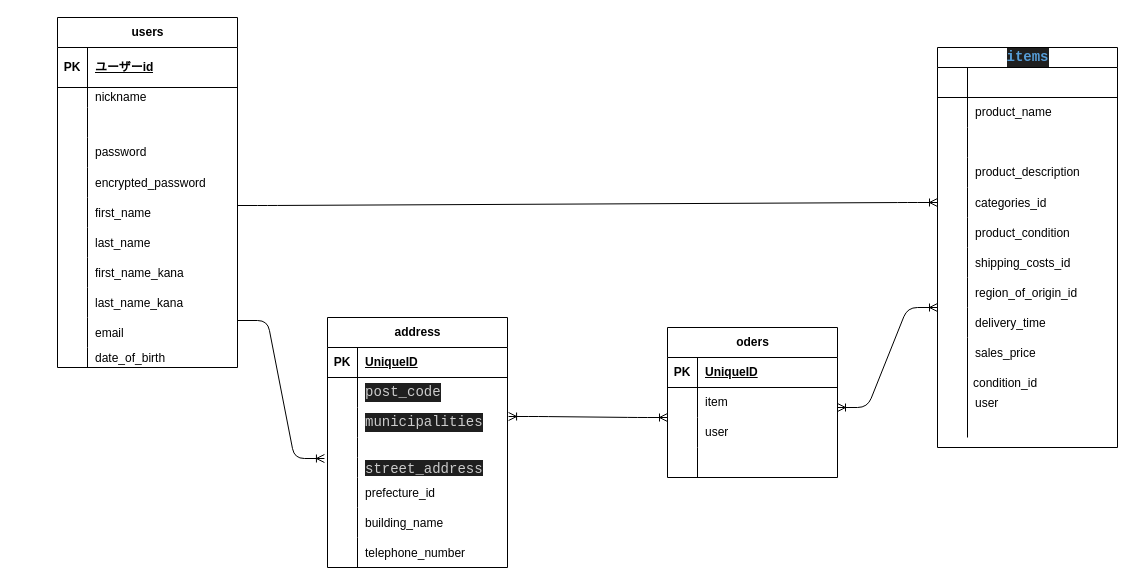
This is ERB.dio from kueitosu401/furima-41964, a draw.io file, before an edit. Source tidied: cells renumbered, new cells numbered last; positions are measured from the earlier drawing's top-left corner, leaving out a move shared by most shapes. Both pictures are drawn from the tidied source at 100%, with x=0, y=0 at pixel (17, 17).
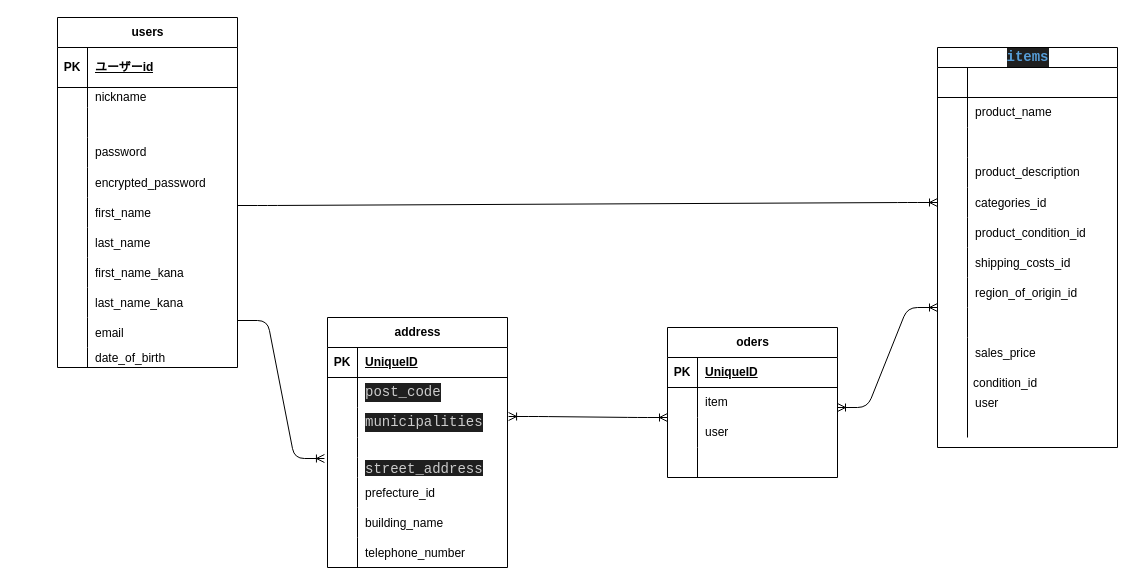
Above is the later version.

The change refers to these unchanged cells:
```xml
<mxCell id="56" style="shape=tableRow;horizontal=0;startSize=0;swimlaneHead=0;swimlaneBody=0;fillColor=none;top=0;left=0;right=0;bottom=0;" parent="40" vertex="1">
  <mxGeometry y="170" width="180" height="30" as="geometry" />
</mxCell>
<mxCell id="65" style="shape=tableRow;horizontal=0;startSize=0;swimlaneHead=0;swimlaneBody=0;fillColor=none;top=0;left=0;right=0;bottom=0;" parent="40" vertex="1">
  <mxGeometry y="260" width="180" height="30" as="geometry" />
</mxCell>
```

Diff of the diagram source:
```diff
@@
-    <mxCell id="58" value="product_condition" style="shape=partialRectangle;fillColor=none;top=0;left=0;bottom=0;right=0;align=left;spacingLeft=6;overflow=hidden;" parent="56" vertex="1">
+    <mxCell id="58" value="product_condition_id" style="shape=partialRectangle;fillColor=none;top=0;left=0;bottom=0;right=0;align=left;spacingLeft=6;overflow=hidden;" parent="56" vertex="1">
       <mxGeometry x="30" width="150" height="30" as="geometry" />
     </mxCell>
@@
-    <mxCell id="67" value="delivery_time" style="shape=partialRectangle;fillColor=none;top=0;left=0;bottom=0;right=0;align=left;spacingLeft=6;overflow=hidden;" parent="65" vertex="1">
+    <mxCell id="67" style="shape=partialRectangle;fillColor=none;top=0;left=0;bottom=0;right=0;align=left;spacingLeft=6;overflow=hidden;" parent="65" vertex="1">
       <mxGeometry x="30" width="150" height="30" as="geometry" />
     </mxCell>
```
